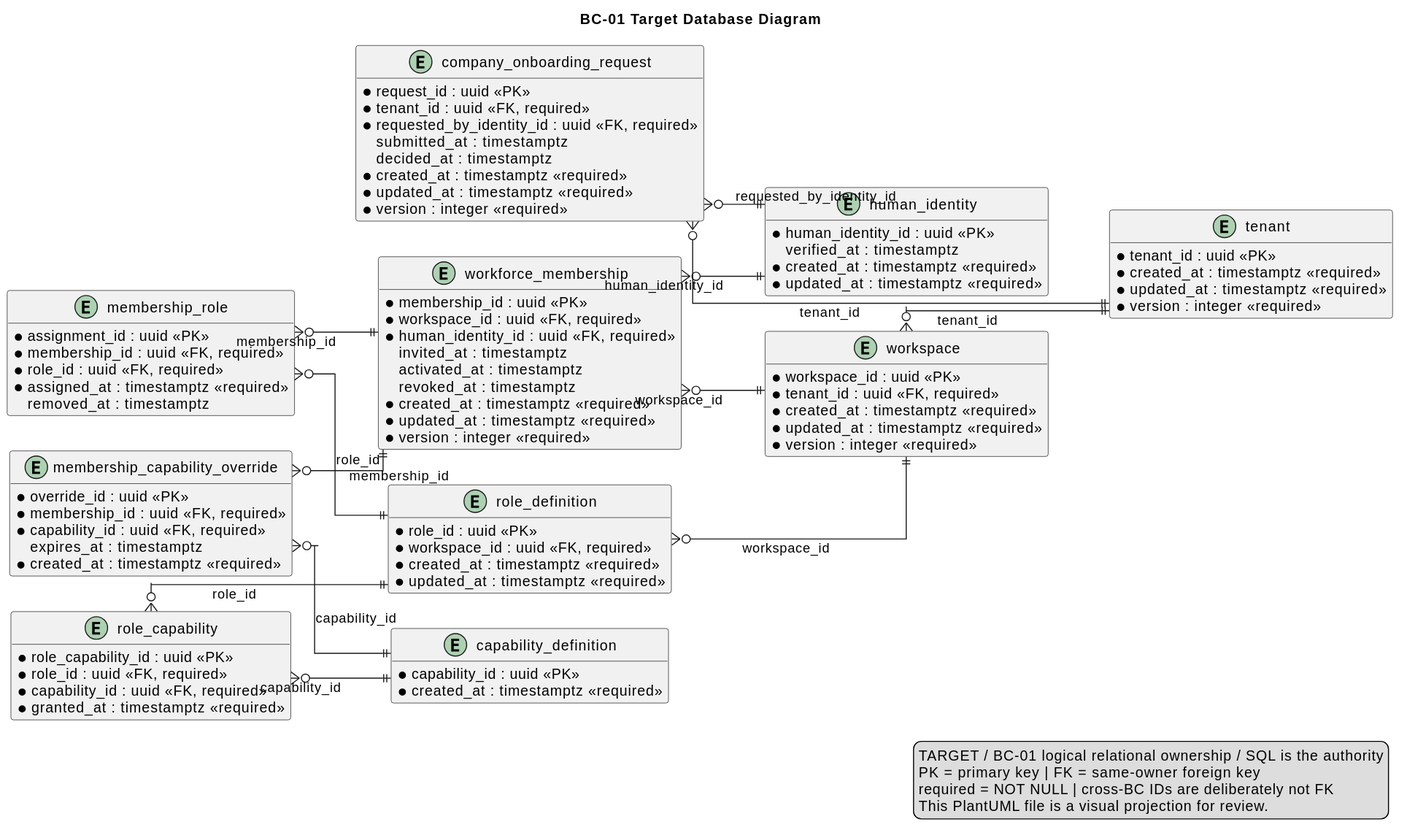
Before: report/assets/chapter-2/tactical/BC-01/database-diagram.svg, a diagram exported from PlantUML (nexa-suite/mobile-report). The source it was exported from:
```plantuml
@startuml
title BC-01 Target Database Diagram
left to right direction
hide methods
skinparam shadowing false
skinparam linetype ortho
skinparam entity {
  BackgroundColor #F8FAFC
  BorderColor #334155
  FontColor #0F172A
}

entity "tenant" as t_tenant {
  * tenant_id : uuid <<PK>>
  * legal_name : varchar(200) <<required>>
  * slug : varchar(100) <<required>>
  * status : varchar(32) <<required>>
  * created_at : timestamptz <<required>>
  * updated_at : timestamptz <<required>>
  * version : integer <<required>>
}

entity "workspace" as t_workspace {
  * workspace_id : uuid <<PK>>
  * tenant_id : uuid <<FK, required>>
  * name : varchar(160) <<required>>
  * status : varchar(32) <<required>>
  * created_at : timestamptz <<required>>
  * updated_at : timestamptz <<required>>
  * version : integer <<required>>
}

entity "human_identity" as t_human_identity {
  * human_identity_id : uuid <<PK>>
  * email : varchar(320) <<required>>
  * normalized_email : varchar(320) <<required>>
    display_name : varchar(200)
  * status : varchar(32) <<required>>
    verified_at : timestamptz
  * created_at : timestamptz <<required>>
  * updated_at : timestamptz <<required>>
}

entity "company_onboarding_request" as t_company_onboarding_request {
  * request_id : uuid <<PK>>
  * tenant_id : uuid <<FK, required>>
  * requested_by_identity_id : uuid <<FK, required>>
  * legal_name : varchar(200) <<required>>
    registration_number : varchar(80)
  * status : varchar(32) <<required>>
    rejection_reason : varchar(500)
    submitted_at : timestamptz
    decided_at : timestamptz
  * created_at : timestamptz <<required>>
  * updated_at : timestamptz <<required>>
  * version : integer <<required>>
}

entity "workforce_membership" as t_workforce_membership {
  * membership_id : uuid <<PK>>
  * workspace_id : uuid <<FK, required>>
  * human_identity_id : uuid <<FK, required>>
  * status : varchar(32) <<required>>
    invited_at : timestamptz
    activated_at : timestamptz
    revoked_at : timestamptz
  * created_at : timestamptz <<required>>
  * updated_at : timestamptz <<required>>
  * version : integer <<required>>
}

entity "role_definition" as t_role_definition {
  * role_id : uuid <<PK>>
  * workspace_id : uuid <<FK, required>>
  * code : varchar(80) <<required>>
  * name : varchar(160) <<required>>
  * status : varchar(32) <<required>>
  * created_at : timestamptz <<required>>
  * updated_at : timestamptz <<required>>
}

entity "capability_definition" as t_capability_definition {
  * capability_id : uuid <<PK>>
  * code : varchar(120) <<required>>
  * name : varchar(200) <<required>>
    description : varchar(500)
  * created_at : timestamptz <<required>>
}

entity "membership_role" as t_membership_role {
  * assignment_id : uuid <<PK>>
  * membership_id : uuid <<FK, required>>
  * role_id : uuid <<FK, required>>
  * assigned_at : timestamptz <<required>>
    removed_at : timestamptz
}

entity "role_capability" as t_role_capability {
  * role_capability_id : uuid <<PK>>
  * role_id : uuid <<FK, required>>
  * capability_id : uuid <<FK, required>>
  * granted_at : timestamptz <<required>>
}

entity "membership_capability_override" as t_membership_capability_override {
  * override_id : uuid <<PK>>
  * membership_id : uuid <<FK, required>>
  * capability_id : uuid <<FK, required>>
  * effect : varchar(16) <<required>>
  * reason : varchar(500) <<required>>
    expires_at : timestamptz
  * created_at : timestamptz <<required>>
}

t_workspace }o--|| t_tenant : tenant_id
t_company_onboarding_request }o--|| t_tenant : tenant_id
t_company_onboarding_request }o--|| t_human_identity : requested_by_identity_id
t_workforce_membership }o--|| t_workspace : workspace_id
t_workforce_membership }o--|| t_human_identity : human_identity_id
t_role_definition }o--|| t_workspace : workspace_id
t_membership_role }o--|| t_workforce_membership : membership_id
t_membership_role }o--|| t_role_definition : role_id
t_role_capability }o--|| t_role_definition : role_id
t_role_capability }o--|| t_capability_definition : capability_id
t_membership_capability_override }o--|| t_workforce_membership : membership_id
t_membership_capability_override }o--|| t_capability_definition : capability_id

legend right
TARGET / BC-01 logical relational ownership / SQL is the authority
PK = primary key | FK = same-owner foreign key
required = NOT NULL | cross-BC IDs are deliberately not FK
This PlantUML file is a visual projection for review.
endlegend
@enduml
```
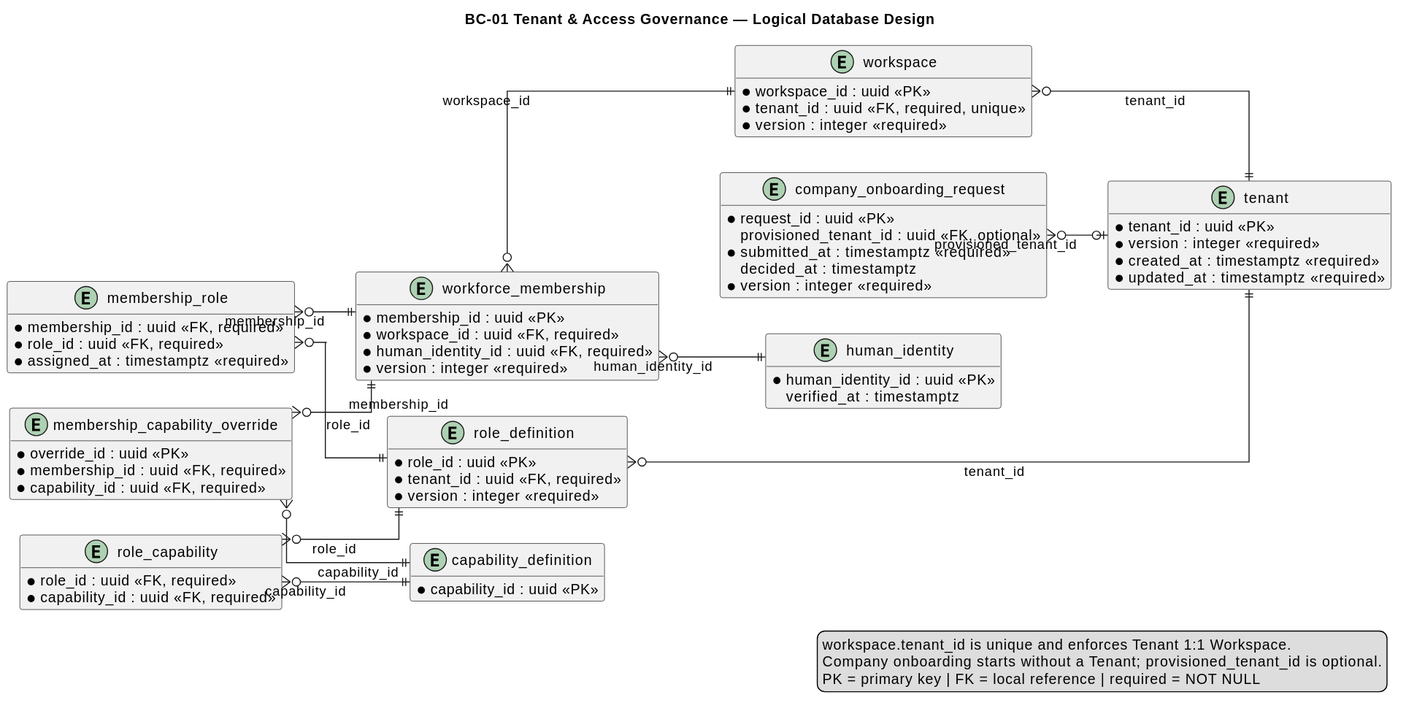
Later version of the same file.

What changed in the source:
```diff
@@ -1,5 +1,5 @@
 @startuml
-title BC-01 Target Database Diagram
+title BC-01 Tenant & Access Governance — Logical Database Design
 left to right direction
 hide methods
 skinparam shadowing false
@@ -10,125 +10,101 @@
   FontColor #0F172A
 }
 
-entity "tenant" as t_tenant {
+entity "tenant" as tenant {
   * tenant_id : uuid <<PK>>
   * legal_name : varchar(200) <<required>>
-  * slug : varchar(100) <<required>>
+  * slug : varchar(100) <<required, unique>>
   * status : varchar(32) <<required>>
-  * created_at : timestamptz <<required>>
-  * updated_at : timestamptz <<required>>
   * version : integer <<required>>
-}
-
-entity "workspace" as t_workspace {
-  * workspace_id : uuid <<PK>>
-  * tenant_id : uuid <<FK, required>>
-  * name : varchar(160) <<required>>
-  * status : varchar(32) <<required>>
-  * created_at : timestamptz <<required>>
-  * updated_at : timestamptz <<required>>
-  * version : integer <<required>>
-}
-
-entity "human_identity" as t_human_identity {
-  * human_identity_id : uuid <<PK>>
-  * email : varchar(320) <<required>>
-  * normalized_email : varchar(320) <<required>>
-    display_name : varchar(200)
-  * status : varchar(32) <<required>>
-    verified_at : timestamptz
   * created_at : timestamptz <<required>>
   * updated_at : timestamptz <<required>>
 }
 
-entity "company_onboarding_request" as t_company_onboarding_request {
+entity "workspace" as workspace {
+  * workspace_id : uuid <<PK>>
+  * tenant_id : uuid <<FK, required, unique>>
+  * slug : varchar(100) <<required>>
+  * status : varchar(32) <<required>>
+  * version : integer <<required>>
+}
+
+entity "human_identity" as human_identity {
+  * human_identity_id : uuid <<PK>>
+  * normalized_email : varchar(320) <<required, unique>>
+    display_name : varchar(200)
+  * status : varchar(32) <<required>>
+    verified_at : timestamptz
+}
+
+entity "company_onboarding_request" as onboarding_request {
   * request_id : uuid <<PK>>
-  * tenant_id : uuid <<FK, required>>
-  * requested_by_identity_id : uuid <<FK, required>>
+  * applicant_email : varchar(320) <<required>>
   * legal_name : varchar(200) <<required>>
     registration_number : varchar(80)
   * status : varchar(32) <<required>>
+    provisioned_tenant_id : uuid <<FK, optional>>
     rejection_reason : varchar(500)
-    submitted_at : timestamptz
+  * submitted_at : timestamptz <<required>>
     decided_at : timestamptz
-  * created_at : timestamptz <<required>>
-  * updated_at : timestamptz <<required>>
   * version : integer <<required>>
 }
 
-entity "workforce_membership" as t_workforce_membership {
+entity "workforce_membership" as workforce_membership {
   * membership_id : uuid <<PK>>
   * workspace_id : uuid <<FK, required>>
   * human_identity_id : uuid <<FK, required>>
   * status : varchar(32) <<required>>
-    invited_at : timestamptz
-    activated_at : timestamptz
-    revoked_at : timestamptz
-  * created_at : timestamptz <<required>>
-  * updated_at : timestamptz <<required>>
   * version : integer <<required>>
 }
 
-entity "role_definition" as t_role_definition {
+entity "role_definition" as role_definition {
   * role_id : uuid <<PK>>
-  * workspace_id : uuid <<FK, required>>
+  * tenant_id : uuid <<FK, required>>
   * code : varchar(80) <<required>>
-  * name : varchar(160) <<required>>
   * status : varchar(32) <<required>>
-  * created_at : timestamptz <<required>>
-  * updated_at : timestamptz <<required>>
+  * version : integer <<required>>
 }
 
-entity "capability_definition" as t_capability_definition {
+entity "capability_definition" as capability_definition {
   * capability_id : uuid <<PK>>
-  * code : varchar(120) <<required>>
+  * code : varchar(120) <<required, unique>>
   * name : varchar(200) <<required>>
-    description : varchar(500)
-  * created_at : timestamptz <<required>>
 }
 
-entity "membership_role" as t_membership_role {
-  * assignment_id : uuid <<PK>>
+entity "membership_role" as membership_role {
   * membership_id : uuid <<FK, required>>
   * role_id : uuid <<FK, required>>
   * assigned_at : timestamptz <<required>>
-    removed_at : timestamptz
 }
 
-entity "role_capability" as t_role_capability {
-  * role_capability_id : uuid <<PK>>
+entity "role_capability" as role_capability {
   * role_id : uuid <<FK, required>>
   * capability_id : uuid <<FK, required>>
-  * granted_at : timestamptz <<required>>
 }
 
-entity "membership_capability_override" as t_membership_capability_override {
+entity "membership_capability_override" as capability_override {
   * override_id : uuid <<PK>>
   * membership_id : uuid <<FK, required>>
   * capability_id : uuid <<FK, required>>
   * effect : varchar(16) <<required>>
   * reason : varchar(500) <<required>>
-    expires_at : timestamptz
-  * created_at : timestamptz <<required>>
 }
 
-t_workspace }o--|| t_tenant : tenant_id
-t_company_onboarding_request }o--|| t_tenant : tenant_id
-t_company_onboarding_request }o--|| t_human_identity : requested_by_identity_id
-t_workforce_membership }o--|| t_workspace : workspace_id
-t_workforce_membership }o--|| t_human_identity : human_identity_id
-t_role_definition }o--|| t_workspace : workspace_id
-t_membership_role }o--|| t_workforce_membership : membership_id
-t_membership_role }o--|| t_role_definition : role_id
-t_role_capability }o--|| t_role_definition : role_id
-t_role_capability }o--|| t_capability_definition : capability_id
-t_membership_capability_override }o--|| t_workforce_membership : membership_id
-t_membership_capability_override }o--|| t_capability_definition : capability_id
+workspace }o--|| tenant : tenant_id
+onboarding_request }o--o| tenant : provisioned_tenant_id
+workforce_membership }o--|| workspace : workspace_id
+workforce_membership }o--|| human_identity : human_identity_id
+role_definition }o--|| tenant : tenant_id
+membership_role }o--|| workforce_membership : membership_id
+membership_role }o--|| role_definition : role_id
+role_capability }o--|| role_definition : role_id
+role_capability }o--|| capability_definition : capability_id
+capability_override }o--|| workforce_membership : membership_id
+capability_override }o--|| capability_definition : capability_id
 
 legend right
-TARGET / BC-01 logical relational ownership / SQL is the authority
-PK = primary key | FK = same-owner foreign key
-required = NOT NULL | cross-BC IDs are deliberately not FK
-This PlantUML file is a visual projection for review.
+workspace.tenant_id is unique and enforces Tenant 1:1 Workspace.
+Company onboarding starts without a Tenant; provisioned_tenant_id is optional.
+PK = primary key | FK = local reference | required = NOT NULL
 endlegend
 @enduml
```
